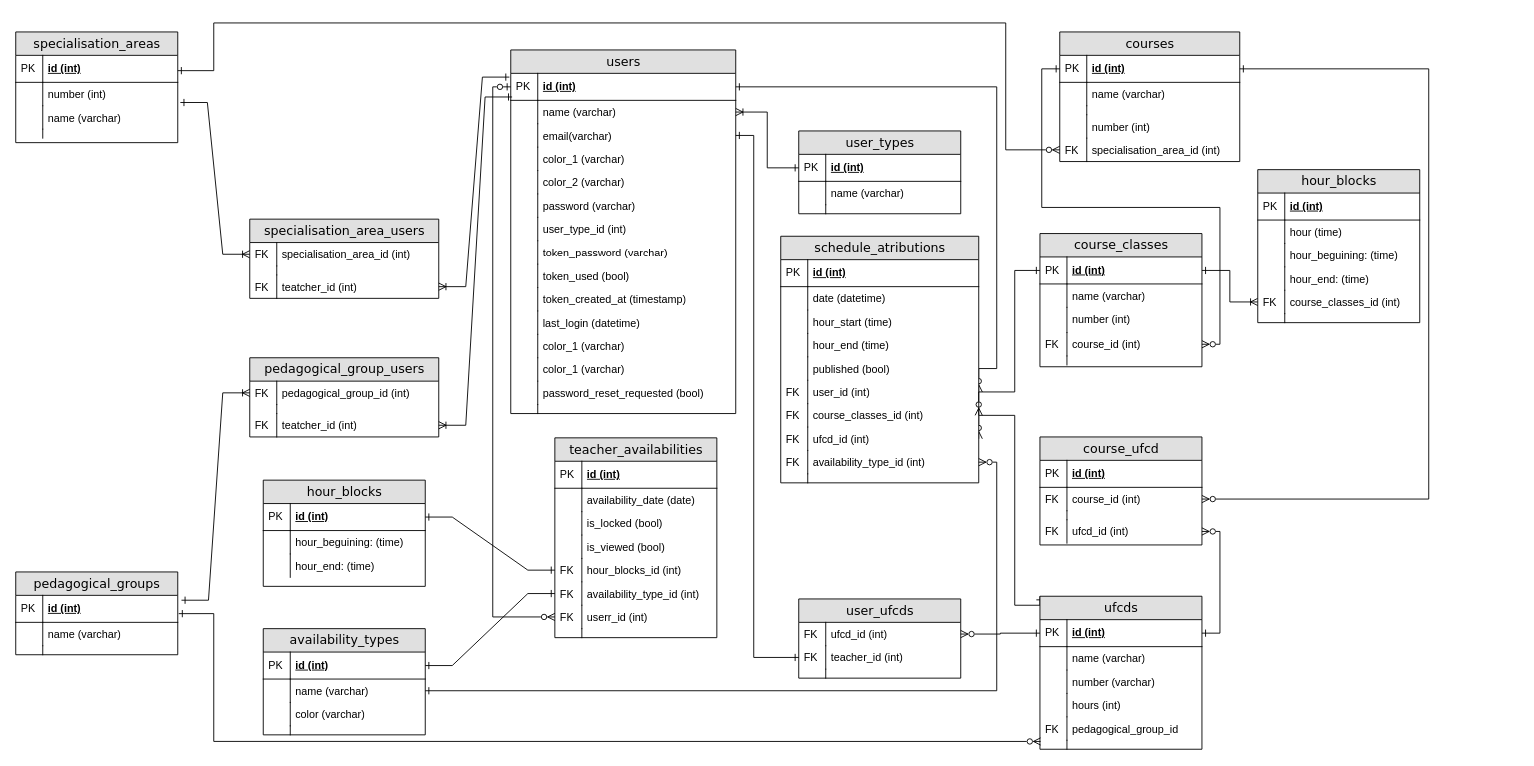
Before: Documentação/Arquitetura de Sistema - gráficos/Modelo de Dados V2.drawio in LaggyMcLagg/Agile-Wing, a draw.io diagram. Source tidied: cells renumbered, new cells numbered last; positions are measured from the earlier drawing's top-left corner, leaving out a move shared by most shapes. Both pictures are drawn from the tidied source at 90%, with x=0, y=0 at pixel (15, 22).
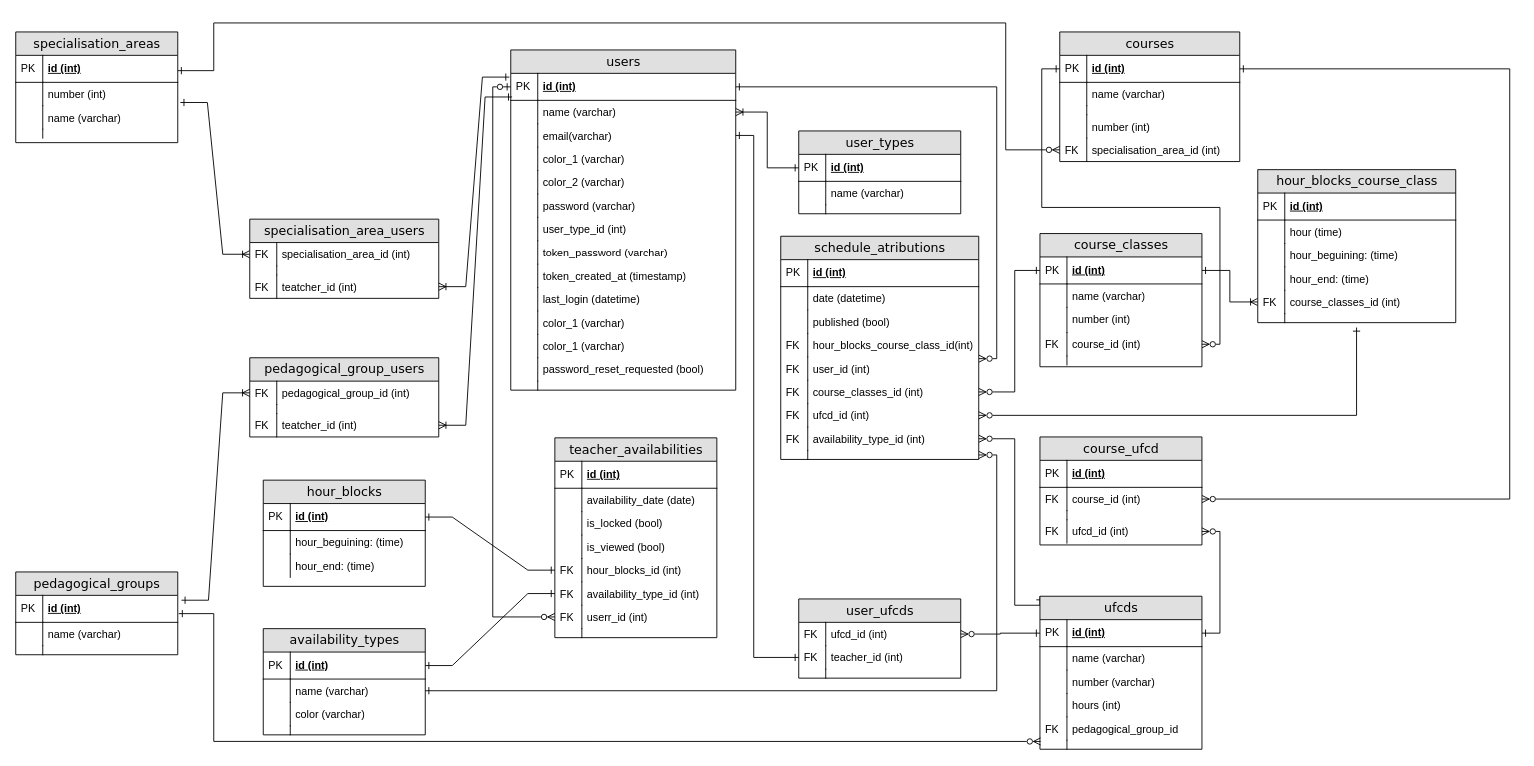
The same diagram, later.

Unchanged cells that the change refers to:
```xml
<mxCell id="3" value="id  (int)" style="shape=partialRectangle;top=0;left=0;right=0;bottom=1;html=1;align=left;verticalAlign=middle;fillColor=none;spacingLeft=34;spacingRight=4;whiteSpace=wrap;overflow=hidden;points=[[0,0.5],[1,0.5]];portConstraint=eastwest;fontStyle=5;" parent="2" vertex="1">
  <mxGeometry y="26" width="200" height="30" as="geometry" />
</mxCell>
<mxCell id="21" value="id  (int)" style="shape=partialRectangle;top=0;left=0;right=0;bottom=1;html=1;align=left;verticalAlign=middle;fillColor=none;spacingLeft=34;spacingRight=4;whiteSpace=wrap;overflow=hidden;points=[[0,0.5],[1,0.5]];portConstraint=eastwest;fontStyle=5;" parent="20" vertex="1">
  <mxGeometry y="26" width="250" height="30" as="geometry" />
</mxCell>
<mxCell id="52" value="id (int)" style="shape=partialRectangle;top=0;left=0;right=0;bottom=1;html=1;align=left;verticalAlign=middle;fillColor=none;spacingLeft=34;spacingRight=4;whiteSpace=wrap;overflow=hidden;points=[[0,0.5],[1,0.5]];portConstraint=eastwest;fontStyle=5;" parent="51" vertex="1">
  <mxGeometry y="26" width="180" height="30" as="geometry" />
</mxCell>
<mxCell id="63" value="ufcds" style="swimlane;html=1;fontStyle=0;horizontal=1;startSize=26;fillColor=#e0e0e0;swimlaneFillColor=#ffffff;align=center;rounded=0;shadow=0;comic=0;labelBackgroundColor=none;strokeWidth=1;fontFamily=Verdana;fontSize=14;" parent="1" vertex="1">
  <mxGeometry x="1138" y="637" width="180" height="170" as="geometry" />
</mxCell>
<mxCell id="96" value="name (varchar)" style="shape=partialRectangle;top=0;left=0;right=0;bottom=0;html=1;align=left;verticalAlign=top;fillColor=none;spacingLeft=34;spacingRight=4;whiteSpace=wrap;overflow=hidden;points=[[0,0.5],[1,0.5]];portConstraint=eastwest;" parent="93" vertex="1">
  <mxGeometry y="56" width="180" height="26" as="geometry" />
</mxCell>
<mxCell id="118" value="course_id (int)" style="shape=partialRectangle;top=0;left=0;right=0;bottom=0;html=1;align=left;verticalAlign=top;fillColor=none;spacingLeft=34;spacingRight=4;whiteSpace=wrap;overflow=hidden;points=[[0,0.5],[1,0.5]];portConstraint=eastwest;" parent="115" vertex="1">
  <mxGeometry y="56" width="180" height="26" as="geometry" />
</mxCell>
```

Diff of the diagram source:
```diff
@@
     <mxCell id="20" value="users" style="swimlane;html=1;fontStyle=0;horizontal=1;startSize=26;fillColor=#e0e0e0;swimlaneFillColor=#ffffff;align=center;rounded=0;shadow=0;comic=0;labelBackgroundColor=none;strokeWidth=1;fontFamily=Verdana;fontSize=14;" parent="1" vertex="1">
-      <mxGeometry x="550" y="30" width="250" height="404" as="geometry" />
+      <mxGeometry x="550" y="30" width="250" height="378" as="geometry" />
     </mxCell>
@@
-    <mxCell id="37" value="token_used (bool)" style="shape=partialRectangle;top=0;left=0;right=0;bottom=0;html=1;align=left;verticalAlign=top;fillColor=none;spacingLeft=34;spacingRight=4;whiteSpace=wrap;overflow=hidden;" parent="20" vertex="1">
-      <mxGeometry y="238" width="250" height="26" as="geometry" />
-    </mxCell>
-    <mxCell id="38" style="shape=partialRectangle;top=0;left=0;bottom=0;html=1;fillColor=none;align=left;verticalAlign=top;spacingLeft=4;spacingRight=4;whiteSpace=wrap;overflow=hidden;" parent="37" vertex="1">
-      <mxGeometry width="30" height="26" as="geometry" />
-    </mxCell>
     <mxCell id="39" value="token_created_at (timestamp)" style="shape=partialRectangle;top=0;left=0;right=0;bottom=0;html=1;align=left;verticalAlign=top;fillColor=none;spacingLeft=34;spacingRight=4;whiteSpace=wrap;overflow=hidden;" parent="20" vertex="1">
-      <mxGeometry y="264" width="250" height="26" as="geometry" />
+      <mxGeometry y="238" width="250" height="26" as="geometry" />
     </mxCell>
@@
     <mxCell id="41" value="last_login (datetime)" style="shape=partialRectangle;top=0;left=0;right=0;bottom=0;html=1;align=left;verticalAlign=top;fillColor=none;spacingLeft=34;spacingRight=4;whiteSpace=wrap;overflow=hidden;" parent="20" vertex="1">
-      <mxGeometry y="290" width="250" height="26" as="geometry" />
+      <mxGeometry y="264" width="250" height="26" as="geometry" />
     </mxCell>
@@
     <mxCell id="43" value="color_1 (varchar)" style="shape=partialRectangle;top=0;left=0;right=0;bottom=0;html=1;align=left;verticalAlign=top;fillColor=none;spacingLeft=34;spacingRight=4;whiteSpace=wrap;overflow=hidden;" parent="20" vertex="1">
-      <mxGeometry y="316" width="250" height="26" as="geometry" />
+      <mxGeometry y="290" width="250" height="26" as="geometry" />
     </mxCell>
@@
     <mxCell id="45" value="color_1 (varchar)" style="shape=partialRectangle;top=0;left=0;right=0;bottom=0;html=1;align=left;verticalAlign=top;fillColor=none;spacingLeft=34;spacingRight=4;whiteSpace=wrap;overflow=hidden;" parent="20" vertex="1">
-      <mxGeometry y="342" width="250" height="26" as="geometry" />
+      <mxGeometry y="316" width="250" height="26" as="geometry" />
     </mxCell>
@@
     <mxCell id="47" value="password_reset_requested (bool)" style="shape=partialRectangle;top=0;left=0;right=0;bottom=0;html=1;align=left;verticalAlign=top;fillColor=none;spacingLeft=34;spacingRight=4;whiteSpace=wrap;overflow=hidden;" parent="20" vertex="1">
-      <mxGeometry y="368" width="250" height="26" as="geometry" />
+      <mxGeometry y="342" width="250" height="26" as="geometry" />
     </mxCell>
@@
     <mxCell id="49" style="shape=partialRectangle;top=0;left=0;right=0;bottom=0;html=1;align=left;verticalAlign=top;fillColor=none;spacingLeft=34;spacingRight=4;whiteSpace=wrap;overflow=hidden;" parent="20" vertex="1">
-      <mxGeometry y="394" width="250" height="10" as="geometry" />
+      <mxGeometry y="368" width="250" height="10" as="geometry" />
     </mxCell>
@@
-    <mxCell id="62" style="edgeStyle=orthogonalEdgeStyle;rounded=0;jettySize=auto;html=1;exitX=0;exitY=0;exitDx=0;exitDy=0;startArrow=ERone;startFill=0;endArrow=ERzeroToMany;endFill=0;entryX=1;entryY=0.5;entryDx=0;entryDy=0;" parent="1" edge="1" source="63" target="201">
+    <mxCell id="62" style="edgeStyle=orthogonalEdgeStyle;rounded=0;jettySize=auto;html=1;exitX=0;exitY=0;exitDx=0;exitDy=0;startArrow=ERone;startFill=0;endArrow=ERzeroToMany;endFill=0;entryX=1;entryY=0.5;entryDx=0;entryDy=0;" parent="1" edge="1" source="63" target="203">
       <mxGeometry relative="1" as="geometry">
         <Array as="points">
+          <mxPoint x="1138" y="647" />
           <mxPoint x="1110" y="647" />
-          <mxPoint x="1110" y="436" />
+          <mxPoint x="1110" y="462" />
         </Array>
       </mxGeometry>
     </mxCell>
@@
     <mxCell id="125" style="edgeStyle=orthogonalEdgeStyle;rounded=0;jettySize=auto;html=1;exitX=1;exitY=0.5;exitDx=0;exitDy=0;startArrow=ERone;startFill=0;endArrow=ERzeroToMany;endFill=0;entryX=1;entryY=0.5;entryDx=0;entryDy=0;" parent="1" edge="1" source="3" target="118">
       <mxGeometry relative="1" as="geometry">
         <Array as="points">
-          <mxPoint x="1570" y="51" />
-          <mxPoint x="1570" y="529" />
+          <mxPoint x="1660" y="51" />
+          <mxPoint x="1660" y="529" />
         </Array>
       </mxGeometry>
     </mxCell>
@@
-    <mxCell id="172" value="hour_blocks" style="swimlane;html=1;fontStyle=0;horizontal=1;startSize=26;fillColor=#e0e0e0;swimlaneFillColor=#ffffff;align=center;rounded=0;shadow=0;comic=0;labelBackgroundColor=none;strokeWidth=1;fontFamily=Verdana;fontSize=14;" parent="1" vertex="1">
-      <mxGeometry x="1380" y="163" width="180" height="170" as="geometry" />
+    <mxCell id="172" value="hour_blocks_course_class" style="swimlane;html=1;fontStyle=0;horizontal=1;startSize=26;fillColor=#e0e0e0;swimlaneFillColor=#ffffff;align=center;rounded=0;shadow=0;comic=0;labelBackgroundColor=none;strokeWidth=1;fontFamily=Verdana;fontSize=14;" parent="1" vertex="1">
+      <mxGeometry x="1380" y="163" width="220" height="170" as="geometry" />
     </mxCell>
     <mxCell id="173" value="id (int)" style="shape=partialRectangle;top=0;left=0;right=0;bottom=1;html=1;align=left;verticalAlign=middle;fillColor=none;spacingLeft=34;spacingRight=4;whiteSpace=wrap;overflow=hidden;fontStyle=5;" parent="172" vertex="1">
-      <mxGeometry y="26" width="180" height="30" as="geometry" />
+      <mxGeometry y="26" width="220" height="30" as="geometry" />
     </mxCell>
@@
     <mxCell id="175" value="hour (time)" style="shape=partialRectangle;top=0;left=0;right=0;bottom=0;html=1;align=left;verticalAlign=top;fillColor=none;spacingLeft=34;spacingRight=4;whiteSpace=wrap;overflow=hidden;" parent="172" vertex="1">
-      <mxGeometry y="56" width="180" height="26" as="geometry" />
+      <mxGeometry y="56" width="220" height="26" as="geometry" />
     </mxCell>
@@
     <mxCell id="177" value="hour_beguining: (time)" style="shape=partialRectangle;top=0;left=0;right=0;bottom=0;html=1;align=left;verticalAlign=top;fillColor=none;spacingLeft=34;spacingRight=4;whiteSpace=wrap;overflow=hidden;" parent="172" vertex="1">
-      <mxGeometry y="82" width="180" height="26" as="geometry" />
+      <mxGeometry y="82" width="220" height="26" as="geometry" />
     </mxCell>
@@
     <mxCell id="179" value="hour_end: (time)" style="shape=partialRectangle;top=0;left=0;right=0;bottom=0;html=1;align=left;verticalAlign=top;fillColor=none;spacingLeft=34;spacingRight=4;whiteSpace=wrap;overflow=hidden;" parent="172" vertex="1">
-      <mxGeometry y="108" width="180" height="26" as="geometry" />
+      <mxGeometry y="108" width="220" height="26" as="geometry" />
     </mxCell>
@@
     <mxCell id="181" value="course_classes_id (int)" style="shape=partialRectangle;top=0;left=0;right=0;bottom=0;html=1;align=left;verticalAlign=top;fillColor=none;spacingLeft=34;spacingRight=4;whiteSpace=wrap;overflow=hidden;points=[[0,0.5],[1,0.5]];portConstraint=eastwest;" parent="172" vertex="1">
-      <mxGeometry y="134" width="180" height="26" as="geometry" />
+      <mxGeometry y="134" width="220" height="26" as="geometry" />
     </mxCell>
@@
     <mxCell id="183" style="shape=partialRectangle;top=0;left=0;right=0;bottom=0;html=1;align=left;verticalAlign=top;fillColor=none;spacingLeft=34;spacingRight=4;whiteSpace=wrap;overflow=hidden;points=[[0,0.5],[1,0.5]];portConstraint=eastwest;" parent="172" vertex="1">
-      <mxGeometry y="160" width="180" height="10" as="geometry" />
+      <mxGeometry y="160" width="220" height="10" as="geometry" />
     </mxCell>
@@
-    <mxCell id="185" style="edgeStyle=orthogonalEdgeStyle;rounded=0;jettySize=auto;html=1;exitX=1;exitY=0.5;exitDx=0;exitDy=0;endArrow=ERzeroToMany;endFill=0;startArrow=ERone;startFill=0;entryX=1;entryY=0.5;entryDx=0;entryDy=0;" parent="1" edge="1" source="21" target="197">
+    <mxCell id="185" style="edgeStyle=orthogonalEdgeStyle;rounded=0;jettySize=auto;html=1;exitX=1;exitY=0.5;exitDx=0;exitDy=0;endArrow=ERzeroToMany;endFill=0;startArrow=ERone;startFill=0;" parent="1" edge="1" source="21" target="197">
       <mxGeometry relative="1" as="geometry">
         <Array as="points">
           <mxPoint x="1090" y="71" />
-          <mxPoint x="1090" y="384" />
+          <mxPoint x="1090" y="373" />
         </Array>
       </mxGeometry>
     </mxCell>
     <mxCell id="186" value="schedule_atributions " style="swimlane;html=1;fontStyle=0;horizontal=1;startSize=26;fillColor=#e0e0e0;swimlaneFillColor=#ffffff;align=center;rounded=0;shadow=0;comic=0;labelBackgroundColor=none;strokeWidth=1;fontFamily=Verdana;fontSize=14;" parent="1" vertex="1">
-      <mxGeometry x="850" y="237" width="220" height="274" as="geometry" />
+      <mxGeometry x="850" y="237" width="220" height="248" as="geometry" />
     </mxCell>
@@
-    <mxCell id="191" value="hour_start (time)" style="shape=partialRectangle;top=0;left=0;right=0;bottom=0;html=1;align=left;verticalAlign=top;fillColor=none;spacingLeft=34;spacingRight=4;whiteSpace=wrap;overflow=hidden;" parent="186" vertex="1">
-      <mxGeometry y="82" width="220" height="26" as="geometry" />
-    </mxCell>
-    <mxCell id="192" style="shape=partialRectangle;top=0;left=0;bottom=0;html=1;fillColor=none;align=left;verticalAlign=top;spacingLeft=4;spacingRight=4;whiteSpace=wrap;overflow=hidden;" parent="191" vertex="1">
-      <mxGeometry width="30" height="26" as="geometry" />
-    </mxCell>
-    <mxCell id="193" value="hour_end (time)" style="shape=partialRectangle;top=0;left=0;right=0;bottom=0;html=1;align=left;verticalAlign=top;fillColor=none;spacingLeft=34;spacingRight=4;whiteSpace=wrap;overflow=hidden;" parent="186" vertex="1">
-      <mxGeometry y="108" width="220" height="26" as="geometry" />
-    </mxCell>
-    <mxCell id="194" style="shape=partialRectangle;top=0;left=0;bottom=0;html=1;fillColor=none;align=left;verticalAlign=top;spacingLeft=4;spacingRight=4;whiteSpace=wrap;overflow=hidden;" parent="193" vertex="1">
-      <mxGeometry width="30" height="26" as="geometry" />
-    </mxCell>
     <mxCell id="195" value="published (bool)" style="shape=partialRectangle;top=0;left=0;right=0;bottom=0;html=1;align=left;verticalAlign=top;fillColor=none;spacingLeft=34;spacingRight=4;whiteSpace=wrap;overflow=hidden;" parent="186" vertex="1">
-      <mxGeometry y="134" width="220" height="26" as="geometry" />
+      <mxGeometry y="82" width="220" height="26" as="geometry" />
     </mxCell>
@@
+    <mxCell id="209" value="hour_blocks_course_class_id(int)" style="shape=partialRectangle;top=0;left=0;right=0;bottom=0;html=1;align=left;verticalAlign=top;fillColor=none;spacingLeft=34;spacingRight=4;whiteSpace=wrap;overflow=hidden;" parent="186" vertex="1">
+      <mxGeometry y="108" width="220" height="26" as="geometry" />
+    </mxCell>
+    <mxCell id="210" value="FK" style="shape=partialRectangle;top=0;left=0;bottom=0;html=1;fillColor=none;align=left;verticalAlign=top;spacingLeft=4;spacingRight=4;whiteSpace=wrap;overflow=hidden;" parent="209" vertex="1">
+      <mxGeometry width="30" height="26" as="geometry" />
+    </mxCell>
     <mxCell id="197" value="user_id (int)" style="shape=partialRectangle;top=0;left=0;right=0;bottom=0;html=1;align=left;verticalAlign=top;fillColor=none;spacingLeft=34;spacingRight=4;whiteSpace=wrap;overflow=hidden;points=[[0,0.5],[1,0.5]];portConstraint=eastwest;" parent="186" vertex="1">
-      <mxGeometry y="160" width="220" height="26" as="geometry" />
+      <mxGeometry y="134" width="220" height="26" as="geometry" />
     </mxCell>
@@
     <mxCell id="199" value="course_classes_id (int)" style="shape=partialRectangle;top=0;left=0;right=0;bottom=0;html=1;align=left;verticalAlign=top;fillColor=none;spacingLeft=34;spacingRight=4;whiteSpace=wrap;overflow=hidden;points=[[0,0.5],[1,0.5]];portConstraint=eastwest;" parent="186" vertex="1">
-      <mxGeometry y="186" width="220" height="26" as="geometry" />
+      <mxGeometry y="160" width="220" height="26" as="geometry" />
     </mxCell>
@@
     <mxCell id="201" value="ufcd_id (int)" style="shape=partialRectangle;top=0;left=0;right=0;bottom=0;html=1;align=left;verticalAlign=top;fillColor=none;spacingLeft=34;spacingRight=4;whiteSpace=wrap;overflow=hidden;points=[[0,0.5],[1,0.5]];portConstraint=eastwest;" parent="186" vertex="1">
-      <mxGeometry y="212" width="220" height="26" as="geometry" />
+      <mxGeometry y="186" width="220" height="26" as="geometry" />
     </mxCell>
@@
     <mxCell id="203" value="availability_type_id (int)" style="shape=partialRectangle;top=0;left=0;right=0;bottom=0;html=1;align=left;verticalAlign=top;fillColor=none;spacingLeft=34;spacingRight=4;whiteSpace=wrap;overflow=hidden;points=[[0,0.5],[1,0.5]];portConstraint=eastwest;" parent="186" vertex="1">
-      <mxGeometry y="238" width="220" height="26" as="geometry" />
+      <mxGeometry y="212" width="220" height="26" as="geometry" />
     </mxCell>
@@
     <mxCell id="205" style="shape=partialRectangle;top=0;left=0;right=0;bottom=0;html=1;align=left;verticalAlign=top;fillColor=none;spacingLeft=34;spacingRight=4;whiteSpace=wrap;overflow=hidden;points=[[0,0.5],[1,0.5]];portConstraint=eastwest;" parent="186" vertex="1">
-      <mxGeometry y="264" width="220" height="10" as="geometry" />
+      <mxGeometry y="238" width="220" height="10" as="geometry" />
     </mxCell>
@@
-    <mxCell id="207" style="edgeStyle=orthogonalEdgeStyle;rounded=0;jettySize=auto;html=1;exitX=1;exitY=0.5;exitDx=0;exitDy=0;entryX=1;entryY=0.5;entryDx=0;entryDy=0;startArrow=ERone;startFill=0;endArrow=ERzeroToMany;endFill=0;" parent="1" edge="1" source="96" target="203">
+    <mxCell id="207" style="edgeStyle=orthogonalEdgeStyle;rounded=0;jettySize=auto;html=1;exitX=1;exitY=0.5;exitDx=0;exitDy=0;startArrow=ERone;startFill=0;endArrow=ERzeroToMany;endFill=0;entryX=1;entryY=0.5;entryDx=0;entryDy=0;" parent="1" edge="1" source="96" target="205">
       <mxGeometry relative="1" as="geometry" />
     </mxCell>
-    <mxCell id="208" style="edgeStyle=orthogonalEdgeStyle;rounded=0;jettySize=auto;html=1;exitX=0;exitY=0.5;exitDx=0;exitDy=0;entryX=1;entryY=0.5;entryDx=0;entryDy=0;startArrow=ERone;startFill=0;endArrow=ERzeroToMany;endFill=0;" parent="1" edge="1" source="52" target="199">
+    <mxCell id="208" style="edgeStyle=orthogonalEdgeStyle;rounded=0;jettySize=auto;html=1;exitX=0;exitY=0.5;exitDx=0;exitDy=0;startArrow=ERone;startFill=0;endArrow=ERzeroToMany;endFill=0;" parent="1" edge="1" source="52" target="199">
       <mxGeometry relative="1" as="geometry">
         <Array as="points">
           <mxPoint x="1110" y="275" />
           <mxPoint x="1110" y="410" />
         </Array>
       </mxGeometry>
     </mxCell>
+    <mxCell id="211" style="edgeStyle=orthogonalEdgeStyle;rounded=0;jettySize=auto;html=1;exitX=0.499;exitY=1.542;exitDx=0;exitDy=0;startArrow=ERone;startFill=0;endArrow=ERzeroToMany;endFill=0;exitPerimeter=0;entryX=1;entryY=0.5;entryDx=0;entryDy=0;" parent="1" edge="1" source="183" target="201">
+      <mxGeometry relative="1" as="geometry">
+        <Array as="points">
+          <mxPoint x="1490" y="436" />
+        </Array>
+      </mxGeometry>
+    </mxCell>
```
